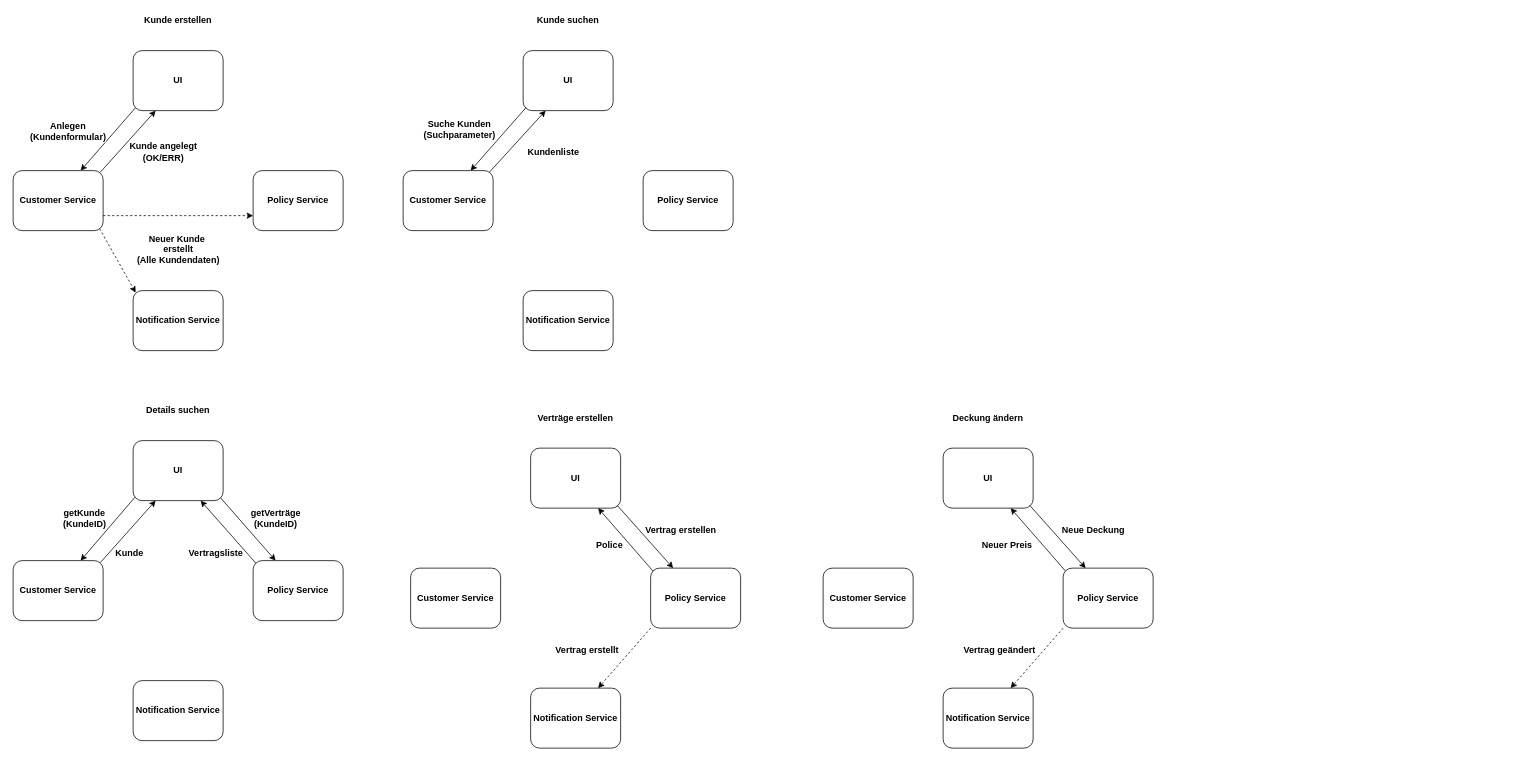
Earlier version of the draw.io diagram EDA/EDA_Ablauf.drawio (danieland2606/Bachelorprojekt). Source tidied: cells renumbered, new cells numbered last; positions are measured from the earlier drawing's top-left corner, leaving out a move shared by most shapes. Both pictures are drawn from the tidied source at 75%, with x=0, y=0 at pixel (13, 13).
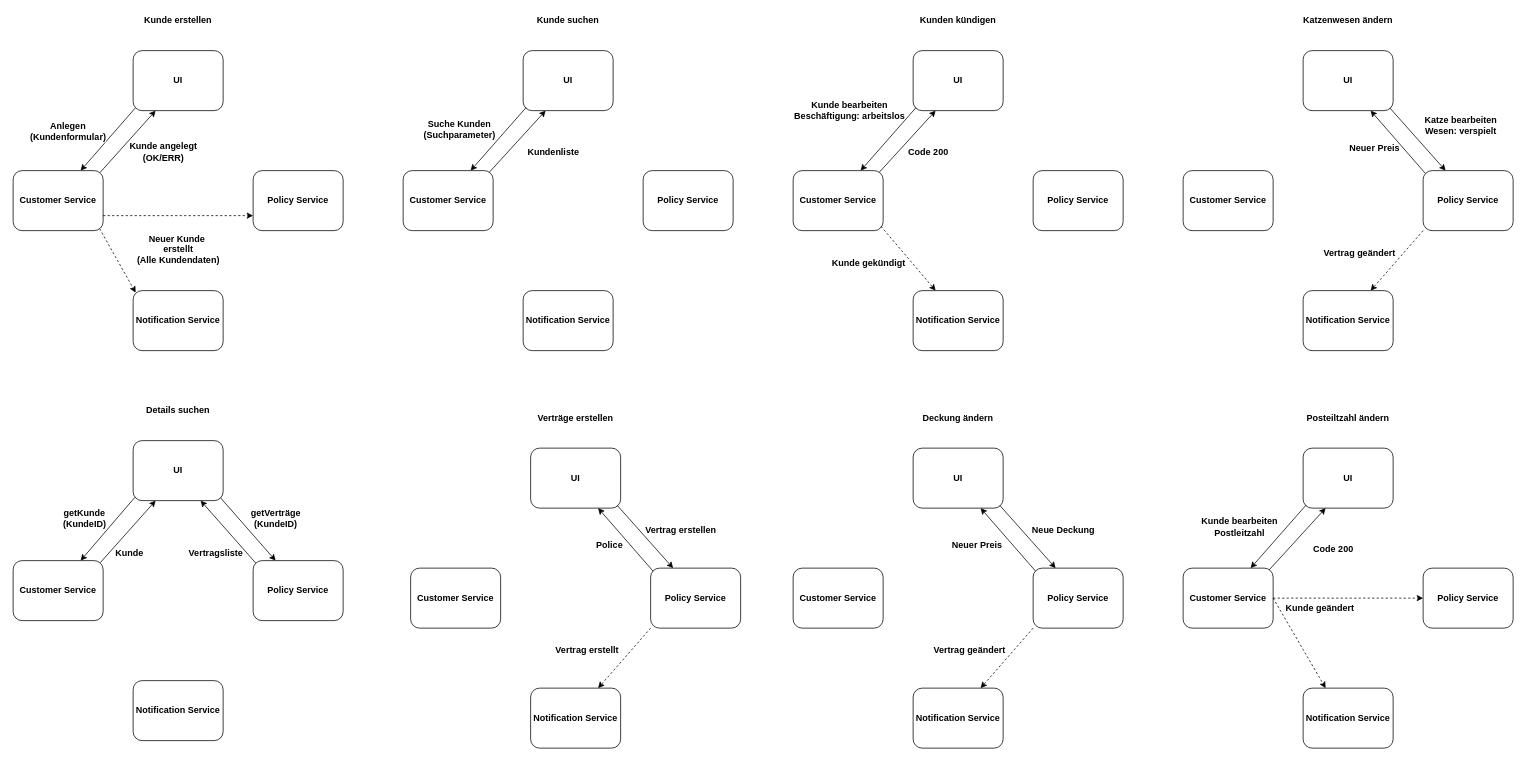
The same diagram, later.

Commit message (it also covers changes not shown here):
Neue Use-Cases für Sprint vier zu Diagramm hinzugefüt. Unvollständig!

Diff of the diagram source:
```diff
@@
     <mxCell id="27" style="group;fontStyle=1;fontSize=12;" parent="1" vertex="1">
-      <mxGeometry x="1080" y="530" width="440" height="450" as="geometry" />
+      <mxGeometry x="1040" y="530" width="440" height="450" as="geometry" />
     </mxCell>
@@
+    <mxCell id="68" style="group;fontStyle=1;fontSize=12;" parent="1" vertex="1">
+      <mxGeometry x="1040" width="440" height="450" as="geometry" />
+    </mxCell>
+    <mxCell id="69" value="UI" style="rounded=1;whiteSpace=wrap;html=1;fontStyle=1;fontSize=12;" parent="68" vertex="1">
+      <mxGeometry x="160" y="50" width="120" height="80" as="geometry" />
+    </mxCell>
+    <mxCell id="70" value="Notification Service" style="rounded=1;whiteSpace=wrap;html=1;fontStyle=1;fontSize=12;" parent="68" vertex="1">
+      <mxGeometry x="160" y="370" width="120" height="80" as="geometry" />
+    </mxCell>
+    <mxCell id="71" style="edgeStyle=none;rounded=0;jettySize=auto;html=1;exitX=0.956;exitY=0.03;exitDx=0;exitDy=0;entryX=0.25;entryY=1;entryDx=0;entryDy=0;fontSize=12;exitPerimeter=0;fontStyle=1;" parent="68" edge="1" source="72" target="69">
+      <mxGeometry relative="1" as="geometry" />
+    </mxCell>
+    <mxCell id="72" value="Customer Service" style="rounded=1;whiteSpace=wrap;html=1;fontStyle=1;fontSize=12;" parent="68" vertex="1">
+      <mxGeometry y="210" width="120" height="80" as="geometry" />
+    </mxCell>
+    <mxCell id="73" value="Policy Service" style="rounded=1;whiteSpace=wrap;html=1;fontStyle=1;fontSize=12;" parent="68" vertex="1">
+      <mxGeometry x="320" y="210" width="120" height="80" as="geometry" />
+    </mxCell>
+    <mxCell id="74" style="edgeStyle=none;rounded=0;jettySize=auto;html=1;exitX=0.032;exitY=0.95;exitDx=0;exitDy=0;entryX=0.75;entryY=0;entryDx=0;entryDy=0;fontSize=12;exitPerimeter=0;fontStyle=1;" parent="68" edge="1" source="69" target="72">
+      <mxGeometry relative="1" as="geometry" />
+    </mxCell>
+    <mxCell id="75" style="edgeStyle=orthogonalEdgeStyle;rounded=0;orthogonalLoop=1;jettySize=auto;html=1;exitX=0.5;exitY=1;exitDx=0;exitDy=0;fontStyle=1;fontSize=12;" parent="68" edge="1" source="70" target="70">
+      <mxGeometry relative="1" as="geometry" />
+    </mxCell>
+    <mxCell id="76" value="Kunden kündigen" style="text;html=1;strokeColor=none;fillColor=none;align=center;verticalAlign=middle;whiteSpace=wrap;rounded=0;fontStyle=1;fontSize=12;" parent="68" vertex="1">
+      <mxGeometry width="440" height="20" as="geometry" />
+    </mxCell>
+    <mxCell id="77" value="Kunde bearbeiten&lt;br&gt;Beschäftigung: arbeitslos" style="text;html=1;align=center;verticalAlign=middle;fontSize=12;fontStyle=1;" parent="68" vertex="1">
+      <mxGeometry x="-10" y="110" width="170" height="40" as="geometry" />
+    </mxCell>
+    <mxCell id="78" value="Code 200" style="text;html=1;align=center;verticalAlign=middle;fontSize=12;fontStyle=1;" parent="68" vertex="1">
+      <mxGeometry x="140" y="170" width="80" height="30" as="geometry" />
+    </mxCell>
+    <mxCell id="79" style="edgeStyle=none;rounded=0;jettySize=auto;html=1;exitX=0.977;exitY=0.929;exitDx=0;exitDy=0;entryX=0.25;entryY=0;entryDx=0;entryDy=0;fontSize=12;dashed=1;fontStyle=1;exitPerimeter=0;" parent="68" edge="1" source="72" target="70">
+      <mxGeometry relative="1" as="geometry" />
+    </mxCell>
+    <mxCell id="80" value="&lt;div style=&quot;text-align: center;&quot;&gt;&lt;span style=&quot;background-color: initial;&quot;&gt;&lt;b&gt;Kunde gekündigt&lt;/b&gt;&lt;/span&gt;&lt;/div&gt;" style="text;whiteSpace=wrap;html=1;" parent="68" vertex="1">
+      <mxGeometry x="50" y="320" width="130" height="40" as="geometry" />
+    </mxCell>
+    <mxCell id="81" style="group;fontStyle=1;fontSize=12;" parent="1" vertex="1">
+      <mxGeometry x="1560" y="530" width="440" height="450" as="geometry" />
+    </mxCell>
+    <mxCell id="82" value="UI" style="rounded=1;whiteSpace=wrap;html=1;fontStyle=1;fontSize=12;" parent="81" vertex="1">
+      <mxGeometry x="160" y="50" width="120" height="80" as="geometry" />
+    </mxCell>
+    <mxCell id="83" value="Notification Service" style="rounded=1;whiteSpace=wrap;html=1;fontStyle=1;fontSize=12;" parent="81" vertex="1">
+      <mxGeometry x="160" y="370" width="120" height="80" as="geometry" />
+    </mxCell>
+    <mxCell id="84" style="edgeStyle=none;rounded=0;jettySize=auto;html=1;exitX=0.956;exitY=0.03;exitDx=0;exitDy=0;entryX=0.25;entryY=1;entryDx=0;entryDy=0;fontSize=12;exitPerimeter=0;fontStyle=1;" parent="81" edge="1" source="85" target="82">
+      <mxGeometry relative="1" as="geometry" />
+    </mxCell>
+    <mxCell id="85" value="Customer Service" style="rounded=1;whiteSpace=wrap;html=1;fontStyle=1;fontSize=12;" parent="81" vertex="1">
+      <mxGeometry y="210" width="120" height="80" as="geometry" />
+    </mxCell>
+    <mxCell id="86" value="Policy Service" style="rounded=1;whiteSpace=wrap;html=1;fontStyle=1;fontSize=12;" parent="81" vertex="1">
+      <mxGeometry x="320" y="210" width="120" height="80" as="geometry" />
+    </mxCell>
+    <mxCell id="87" style="edgeStyle=none;rounded=0;jettySize=auto;html=1;exitX=0.032;exitY=0.95;exitDx=0;exitDy=0;entryX=0.75;entryY=0;entryDx=0;entryDy=0;fontSize=12;exitPerimeter=0;fontStyle=1;" parent="81" edge="1" source="82" target="85">
+      <mxGeometry relative="1" as="geometry" />
+    </mxCell>
+    <mxCell id="88" style="edgeStyle=orthogonalEdgeStyle;rounded=0;orthogonalLoop=1;jettySize=auto;html=1;exitX=0.5;exitY=1;exitDx=0;exitDy=0;fontStyle=1;fontSize=12;" parent="81" edge="1" source="83" target="83">
+      <mxGeometry relative="1" as="geometry" />
+    </mxCell>
+    <mxCell id="89" value="Posteiltzahl ändern" style="text;html=1;strokeColor=none;fillColor=none;align=center;verticalAlign=middle;whiteSpace=wrap;rounded=0;fontStyle=1;fontSize=12;" parent="81" vertex="1">
+      <mxGeometry width="440" height="20" as="geometry" />
+    </mxCell>
+    <mxCell id="90" value="Kunde bearbeiten&lt;br style=&quot;font-size: 12px;&quot;&gt;Postleitzahl" style="text;html=1;align=center;verticalAlign=middle;fontSize=12;fontStyle=1;" parent="81" vertex="1">
+      <mxGeometry x="15" y="135" width="120" height="40" as="geometry" />
+    </mxCell>
+    <mxCell id="91" value="Code 200" style="text;html=1;align=center;verticalAlign=middle;fontSize=12;fontStyle=1;" parent="81" vertex="1">
+      <mxGeometry x="160" y="170" width="80" height="30" as="geometry" />
+    </mxCell>
+    <mxCell id="92" style="edgeStyle=none;rounded=0;jettySize=auto;html=1;exitX=1;exitY=0.5;exitDx=0;exitDy=0;entryX=0;entryY=0.5;entryDx=0;entryDy=0;fontSize=12;dashed=1;fontStyle=1;" parent="81" edge="1" source="85" target="86">
+      <mxGeometry relative="1" as="geometry" />
+    </mxCell>
+    <mxCell id="93" value="&lt;span style=&quot;color: rgb(0, 0, 0); font-family: Helvetica; font-size: 12px; font-style: normal; font-variant-ligatures: normal; font-variant-caps: normal; font-weight: 700; letter-spacing: normal; orphans: 2; text-align: center; text-indent: 0px; text-transform: none; widows: 2; word-spacing: 0px; -webkit-text-stroke-width: 0px; background-color: rgb(255, 255, 255); text-decoration-thickness: initial; text-decoration-style: initial; text-decoration-color: initial; float: none; display: inline !important;&quot;&gt;Kunde geändert&lt;/span&gt;" style="text;whiteSpace=wrap;html=1;" parent="81" vertex="1">
+      <mxGeometry x="135" y="250" width="130" height="40" as="geometry" />
+    </mxCell>
+    <mxCell id="94" style="edgeStyle=none;rounded=0;jettySize=auto;html=1;exitX=1;exitY=0.5;exitDx=0;exitDy=0;entryX=0.25;entryY=0;entryDx=0;entryDy=0;fontSize=12;dashed=1;fontStyle=1;" parent="81" edge="1" source="85" target="83">
+      <mxGeometry relative="1" as="geometry" />
+    </mxCell>
+    <mxCell id="95" style="group;fontStyle=1;fontSize=12;" parent="1" vertex="1">
+      <mxGeometry x="1560" width="440" height="450" as="geometry" />
+    </mxCell>
+    <mxCell id="96" value="UI" style="rounded=1;whiteSpace=wrap;html=1;fontStyle=1;fontSize=12;" parent="95" vertex="1">
+      <mxGeometry x="160" y="50" width="120" height="80" as="geometry" />
+    </mxCell>
+    <mxCell id="97" value="Notification Service" style="rounded=1;whiteSpace=wrap;html=1;fontStyle=1;fontSize=12;" parent="95" vertex="1">
+      <mxGeometry x="160" y="370" width="120" height="80" as="geometry" />
+    </mxCell>
+    <mxCell id="98" value="Customer Service" style="rounded=1;whiteSpace=wrap;html=1;fontStyle=1;fontSize=12;" parent="95" vertex="1">
+      <mxGeometry y="210" width="120" height="80" as="geometry" />
+    </mxCell>
+    <mxCell id="99" style="edgeStyle=none;rounded=0;jettySize=auto;html=1;exitX=0.03;exitY=0.055;exitDx=0;exitDy=0;entryX=0.75;entryY=1;entryDx=0;entryDy=0;fontSize=12;exitPerimeter=0;fontStyle=1;" parent="95" edge="1" source="101" target="96">
+      <mxGeometry relative="1" as="geometry" />
+    </mxCell>
+    <mxCell id="100" style="edgeStyle=none;rounded=0;jettySize=auto;html=1;exitX=0;exitY=1;exitDx=0;exitDy=0;entryX=0.75;entryY=0;entryDx=0;entryDy=0;fontSize=12;dashed=1;fontStyle=1;" parent="95" edge="1" source="101" target="97">
+      <mxGeometry relative="1" as="geometry" />
+    </mxCell>
+    <mxCell id="101" value="Policy Service" style="rounded=1;whiteSpace=wrap;html=1;fontStyle=1;fontSize=12;" parent="95" vertex="1">
+      <mxGeometry x="320" y="210" width="120" height="80" as="geometry" />
+    </mxCell>
+    <mxCell id="102" style="edgeStyle=none;rounded=0;jettySize=auto;html=1;exitX=0.963;exitY=0.955;exitDx=0;exitDy=0;entryX=0.25;entryY=0;entryDx=0;entryDy=0;fontSize=12;exitPerimeter=0;fontStyle=1;" parent="95" edge="1" source="96" target="101">
+      <mxGeometry relative="1" as="geometry" />
+    </mxCell>
+    <mxCell id="103" style="edgeStyle=orthogonalEdgeStyle;rounded=0;orthogonalLoop=1;jettySize=auto;html=1;exitX=0.5;exitY=1;exitDx=0;exitDy=0;fontStyle=1;fontSize=12;" parent="95" edge="1" source="97" target="97">
+      <mxGeometry relative="1" as="geometry" />
+    </mxCell>
+    <mxCell id="104" value="Katzenwesen ändern" style="text;html=1;strokeColor=none;fillColor=none;align=center;verticalAlign=middle;whiteSpace=wrap;rounded=0;fontStyle=1;fontSize=12;" parent="95" vertex="1">
+      <mxGeometry width="440" height="20" as="geometry" />
+    </mxCell>
+    <mxCell id="105" value="Katze bearbeiten&lt;br&gt;Wesen: verspielt" style="text;html=1;align=center;verticalAlign=middle;fontSize=12;fontStyle=1;" parent="95" vertex="1">
+      <mxGeometry x="310" y="130" width="120" height="40" as="geometry" />
+    </mxCell>
+    <mxCell id="106" value="Neuer Preis" style="text;html=1;align=center;verticalAlign=middle;fontSize=12;fontStyle=1;" parent="95" vertex="1">
+      <mxGeometry x="210" y="165" width="90" height="30" as="geometry" />
+    </mxCell>
+    <mxCell id="107" value="Vertrag geändert" style="text;html=1;align=center;verticalAlign=middle;fontSize=12;fontStyle=1;" parent="95" vertex="1">
+      <mxGeometry x="175" y="305" width="120" height="30" as="geometry" />
+    </mxCell>
```
